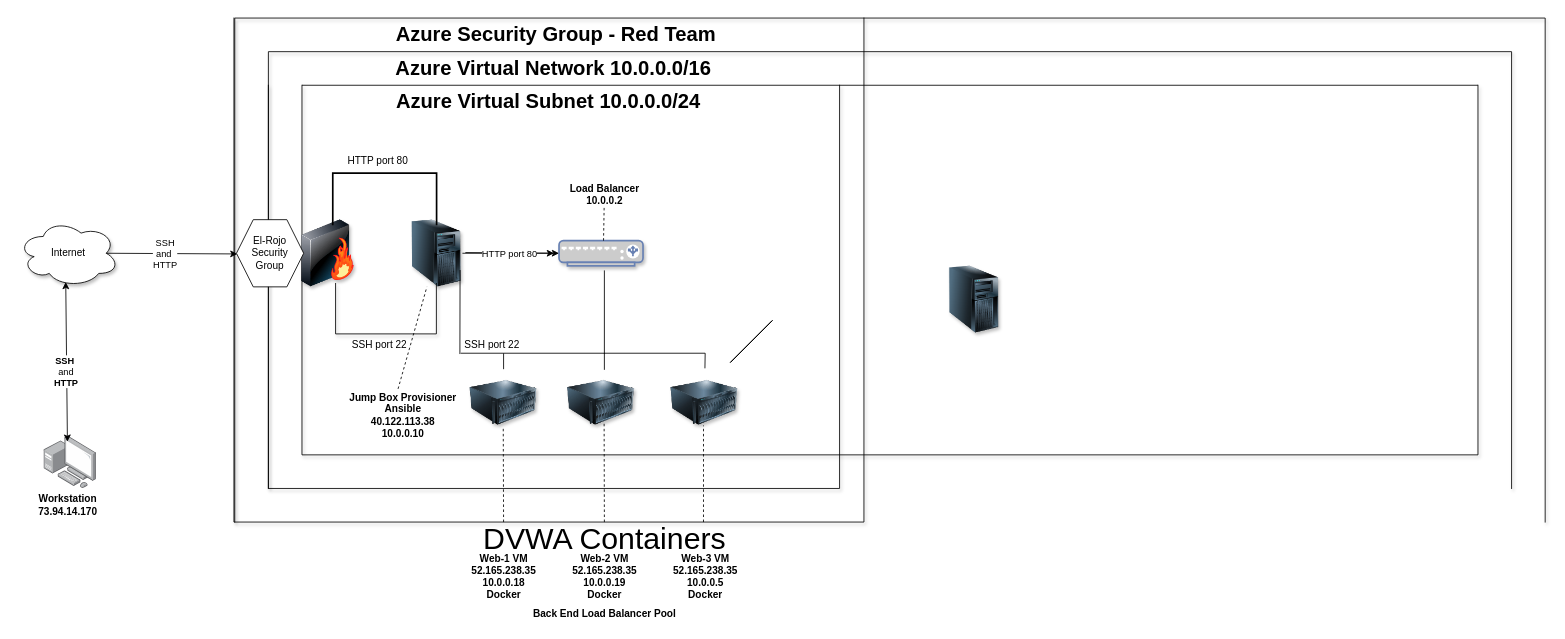
The draw.io diagram Diagram/David Fassler Unit 13 Virtural Network + ELK.drawio in djfassler/UMN-Cybersecurity-Bootcamp, before the edit. Source tidied: cells renumbered, new cells numbered last; positions are measured from the earlier drawing's top-left corner, leaving out a move shared by most shapes. Both pictures are drawn from the tidied source at 84%, with x=0, y=0 at pixel (18, 18).
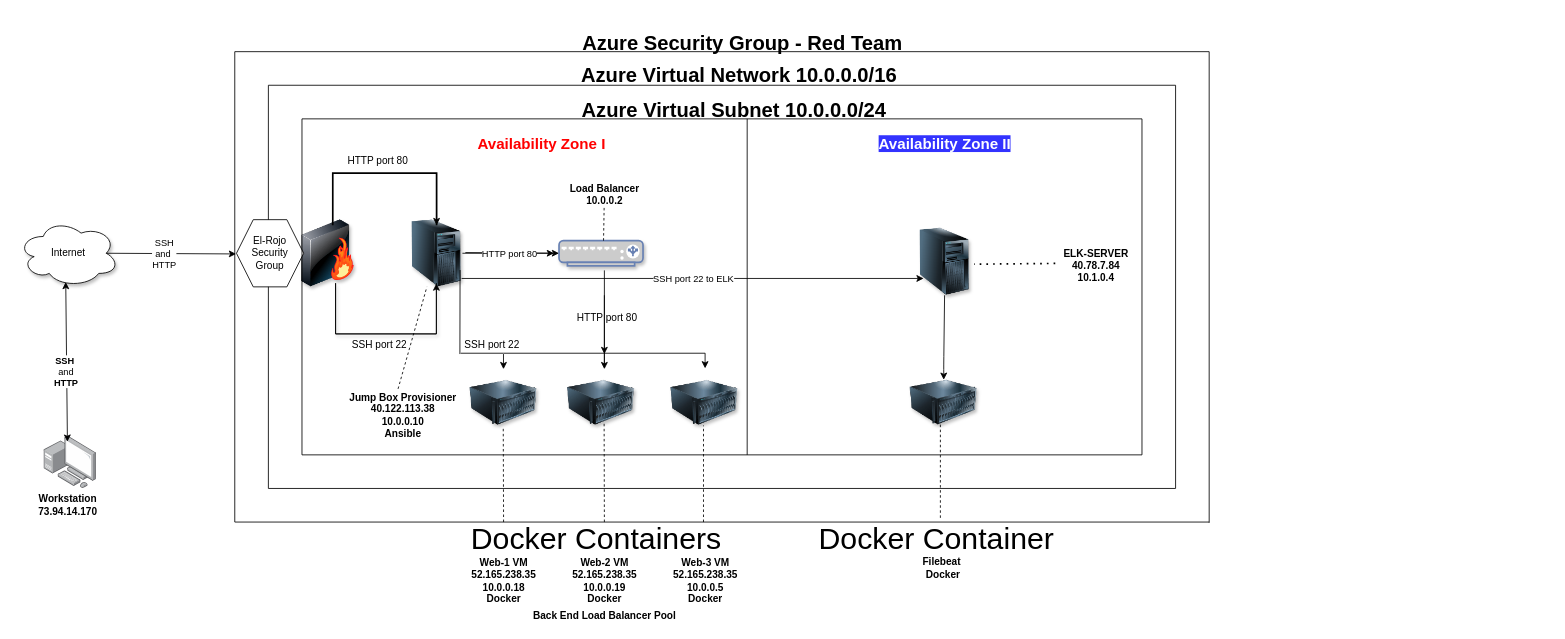
The same diagram, later.

The change refers to these unchanged cells:
```xml
<mxCell id="3" value="Internet" style="ellipse;shape=cloud;whiteSpace=wrap;html=1;shadow=1;" parent="1" vertex="1">
  <mxGeometry y="240" width="120" height="80" as="geometry" />
</mxCell>
<mxCell id="14" style="image;html=1;image=img/lib/clip_art/computers/Server_128x128.png;shadow=1;" parent="1" vertex="1">
  <mxGeometry x="538" y="418" width="80" height="80" as="geometry" />
</mxCell>
<mxCell id="26" style="line;strokeWidth=2;direction=south;html=1;shadow=1;" parent="1" vertex="1">
  <mxGeometry x="698" y="270" height="160" as="geometry" />
</mxCell>
<mxCell id="41" style="shape=partialRectangle;whiteSpace=wrap;html=1;bottom=1;right=1;left=1;top=0;fillColor=none;routingCenterX=-0.5;shadow=1;" parent="1" vertex="1">
  <mxGeometry x="378" y="316" width="120" height="60" as="geometry" />
</mxCell>
<mxCell id="46" style="strokeWidth=2;html=1;shape=mxgraph.flowchart.annotation_1;align=left;rotation=90;" parent="1" vertex="1">
  <mxGeometry x="405.5" y="153.8" width="61.9" height="123.6" as="geometry" />
</mxCell>
```

Change to the diagram source:
```diff
@@
-    <mxCell id="4" style="shape=partialRectangle;whiteSpace=wrap;html=1;bottom=1;right=1;left=1;top=0;fillColor=none;routingCenterX=-0.5;shadow=1;" parent="1" vertex="1">
-      <mxGeometry x="257" width="750" height="600" as="geometry" />
-    </mxCell>
-    <mxCell id="5" style="shape=partialRectangle;whiteSpace=wrap;html=1;bottom=1;right=1;left=1;top=0;fillColor=none;routingCenterX=-0.5;shadow=1;rotation=-180;" parent="1" vertex="1">
-      <mxGeometry x="258" width="1560" height="600" as="geometry" />
-    </mxCell>
-    <mxCell id="6" style="shape=partialRectangle;whiteSpace=wrap;html=1;bottom=1;right=1;left=1;top=0;fillColor=none;routingCenterX=-0.5;shadow=1;" parent="1" vertex="1">
-      <mxGeometry x="298" y="80" width="680" height="480" as="geometry" />
-    </mxCell>
-    <mxCell id="7" style="shape=partialRectangle;whiteSpace=wrap;html=1;bottom=1;right=1;left=1;top=0;fillColor=none;routingCenterX=-0.5;shadow=1;rotation=-180;" parent="1" vertex="1">
-      <mxGeometry x="298" y="40" width="1480" height="520" as="geometry" />
-    </mxCell>
-    <mxCell id="8" style="shape=partialRectangle;whiteSpace=wrap;html=1;bottom=1;right=1;left=1;top=0;fillColor=none;routingCenterX=-0.5;shadow=1;" parent="1" vertex="1">
-      <mxGeometry x="338" y="80" width="1400" height="440" as="geometry" />
-    </mxCell>
     <mxCell id="9" value="&lt;b&gt;&lt;font style=&quot;font-size: 24px&quot;&gt;Azure Security Group - Red Team&lt;/font&gt;&lt;/b&gt;" style="text;html=1;align=center;verticalAlign=middle;" parent="1" vertex="1">
-      <mxGeometry x="440" y="10" width="400" height="20" as="geometry" />
+      <mxGeometry x="662" y="20" width="400" height="20" as="geometry" />
     </mxCell>
     <mxCell id="10" value="&lt;b&gt;&lt;font style=&quot;font-size: 24px&quot;&gt;Azure Virtual Network 10.0.0.0/16&lt;/font&gt;&lt;/b&gt;" style="text;html=1;align=center;verticalAlign=middle;" parent="1" vertex="1">
-      <mxGeometry x="442" y="50" width="390" height="20" as="geometry" />
+      <mxGeometry x="663" y="59" width="390" height="20" as="geometry" />
     </mxCell>
     <mxCell id="11" value="&lt;b&gt;&lt;font style=&quot;font-size: 24px&quot;&gt;Azure Virtual Subnet 10.0.0.0/24&lt;/font&gt;&lt;/b&gt;" style="text;html=1;align=center;verticalAlign=middle;" parent="1" vertex="1">
-      <mxGeometry x="441" y="90" width="380" height="20" as="geometry" />
+      <mxGeometry x="662" y="100" width="380" height="20" as="geometry" />
     </mxCell>
@@
-    <mxCell id="23" style="endArrow=none;html=1;" parent="1" edge="1" source="14">
-      <mxGeometry relative="1" as="geometry">
-        <mxPoint x="578" y="399" as="targetPoint" />
-      </mxGeometry>
-    </mxCell>
-    <mxCell id="24" style="endArrow=none;html=1;entryX=0.55;entryY=0.022;entryDx=0;entryDy=0;entryPerimeter=0;" parent="1" edge="1">
+    <mxCell id="24" style="endArrow=none;html=1;entryX=0.897;entryY=0;entryDx=0;entryDy=0;entryPerimeter=0;" parent="1" edge="1" target="26">
       <mxGeometry relative="1" as="geometry">
         <mxPoint x="698" y="399" as="sourcePoint" />
-        <mxPoint x="698" y="418.8" as="targetPoint" />
       </mxGeometry>
     </mxCell>
-    <mxCell id="25" style="endArrow=none;html=1;" parent="1" edge="1">
-      <mxGeometry relative="1" as="geometry">
-        <mxPoint x="818" y="399" as="sourcePoint" />
-        <mxPoint x="817.7" y="417" as="targetPoint" />
-      </mxGeometry>
-    </mxCell>
@@
     <mxCell id="28" value="&lt;b&gt;Web-1 VM&lt;br&gt;52.165.238.35&lt;br&gt;10.0.0.18&lt;br&gt;Docker&lt;br&gt;&lt;/b&gt;" style="text;html=1;align=center;verticalAlign=middle;" parent="1" vertex="1">
-      <mxGeometry x="533" y="635" width="90" height="60" as="geometry" />
+      <mxGeometry x="533" y="640" width="90" height="60" as="geometry" />
     </mxCell>
     <mxCell id="29" value="&lt;b&gt;Web-2 VM&lt;br&gt;52.165.238.35&lt;br&gt;10.0.0.19&lt;br&gt;Docker&lt;br&gt;&lt;/b&gt;" style="text;html=1;align=center;verticalAlign=middle;" parent="1" vertex="1">
-      <mxGeometry x="653" y="635" width="90" height="60" as="geometry" />
+      <mxGeometry x="653" y="640" width="90" height="60" as="geometry" />
     </mxCell>
-    <mxCell id="30" value="&lt;b&gt;Jump Box Provisioner&lt;br&gt;Ansible&lt;br&gt;40.122.113.38&lt;br&gt;10.0.0.10&lt;/b&gt;" style="text;html=1;align=center;verticalAlign=middle;points=[];" parent="1" vertex="1">
+    <mxCell id="30" value="&lt;b&gt;Jump Box Provisioner&lt;br&gt;40.122.113.38&lt;br&gt;10.0.0.10&lt;br&gt;Ansible&lt;br&gt;&lt;/b&gt;" style="text;html=1;align=center;verticalAlign=middle;points=[];" parent="1" vertex="1">
       <mxGeometry x="388.4" y="442.6" width="140" height="60" as="geometry" />
     </mxCell>
     <mxCell id="31" value="&lt;b&gt;Web-3 VM&lt;br&gt;52.165.238.35&lt;br&gt;10.0.0.5&lt;br&gt;Docker&lt;br&gt;&lt;/b&gt;" style="text;html=1;align=center;verticalAlign=middle;" parent="1" vertex="1">
-      <mxGeometry x="773" y="635" width="90" height="60" as="geometry" />
+      <mxGeometry x="773" y="640" width="90" height="60" as="geometry" />
     </mxCell>
-    <mxCell id="32" value="&lt;font style=&quot;font-size: 36px&quot;&gt;DVWA Containers&lt;/font&gt;" style="text;html=1;align=center;verticalAlign=middle;" parent="1" vertex="1">
-      <mxGeometry x="548" y="605" width="300" height="30" as="geometry" />
+    <mxCell id="32" value="&lt;font style=&quot;font-size: 36px&quot;&gt;Docker Containers&lt;/font&gt;" style="text;html=1;align=center;verticalAlign=middle;" parent="1" vertex="1">
+      <mxGeometry x="533" y="605" width="310" height="30" as="geometry" />
     </mxCell>
@@
     <mxCell id="40" value="&lt;b&gt;Back End Load Balancer Pool&lt;/b&gt;" style="text;html=1;align=center;verticalAlign=middle;" parent="1" vertex="1">
-      <mxGeometry x="603" y="700" width="190" height="20" as="geometry" />
+      <mxGeometry x="603" y="702" width="190" height="20" as="geometry" />
     </mxCell>
@@
-    <mxCell id="50" style="endArrow=classic;html=1;exitX=0.875;exitY=0.5;exitDx=0;exitDy=0;exitPerimeter=0;entryX=0.998;entryY=0.532;entryDx=0;entryDy=0;entryPerimeter=0;" parent="1" edge="1" source="3" target="5">
-      <mxGeometry relative="1" as="geometry" />
+    <mxCell id="50" style="endArrow=classic;html=1;exitX=0.875;exitY=0.5;exitDx=0;exitDy=0;exitPerimeter=0;entryX=0.998;entryY=0.532;entryDx=0;entryDy=0;entryPerimeter=0;" parent="1" edge="1" source="3">
+      <mxGeometry relative="1" as="geometry">
+        <mxPoint x="259.5" y="280.8" as="targetPoint" />
+      </mxGeometry>
     </mxCell>
@@
+    <mxCell id="58" style="endArrow=none;html=1;" parent="1" edge="1">
+      <mxGeometry relative="1" as="geometry">
+        <mxPoint x="258" y="40" as="sourcePoint" />
+        <mxPoint x="1418" y="40" as="targetPoint" />
+      </mxGeometry>
+    </mxCell>
+    <mxCell id="59" style="endArrow=none;html=1;" parent="1" edge="1">
+      <mxGeometry relative="1" as="geometry">
+        <mxPoint x="258" y="600" as="sourcePoint" />
+        <mxPoint x="258" y="40" as="targetPoint" />
+      </mxGeometry>
+    </mxCell>
+    <mxCell id="60" style="endArrow=none;html=1;" parent="1" edge="1">
+      <mxGeometry relative="1" as="geometry">
+        <mxPoint x="298" y="80" as="sourcePoint" />
+        <mxPoint x="1378" y="80" as="targetPoint" />
+      </mxGeometry>
+    </mxCell>
+    <mxCell id="61" style="endArrow=none;html=1;" parent="1" edge="1">
+      <mxGeometry relative="1" as="geometry">
+        <mxPoint x="298" y="560" as="sourcePoint" />
+        <mxPoint x="298" y="80" as="targetPoint" />
+      </mxGeometry>
+    </mxCell>
@@
-    <mxCell id="53" style="endArrow=none;html=1;fontSize=12;exitX=0;exitY=0;exitDx=0;exitDy=0;entryX=1;entryY=0;entryDx=0;entryDy=0;" parent="1" edge="1" source="8" target="8">
-      <mxGeometry relative="1" as="geometry" />
-    </mxCell>
-    <mxCell id="54" style="image;html=1;image=img/lib/clip_art/computers/Server_Tower_128x128.png;shadow=1;" parent="1" vertex="1">
-      <mxGeometry x="1098" y="295" width="80" height="80" as="geometry" />
-    </mxCell>
-    <mxCell id="55" style="endArrow=none;html=1;" parent="1" edge="1">
-      <mxGeometry relative="1" as="geometry">
-        <mxPoint x="848" y="410" as="sourcePoint" />
-        <mxPoint x="898" y="360" as="targetPoint" />
-      </mxGeometry>
-    </mxCell>
-    <mxCell id="56" style="endArrow=none;html=1;" parent="1" edge="1">
-      <mxGeometry relative="1" as="geometry">
-        <mxPoint x="848" y="410" as="sourcePoint" />
-        <mxPoint x="898" y="360" as="targetPoint" />
-      </mxGeometry>
-    </mxCell>
-    <mxCell id="57" style="endArrow=none;html=1;" parent="1" edge="1">
-      <mxGeometry relative="1" as="geometry">
-        <mxPoint x="848" y="410" as="sourcePoint" />
-        <mxPoint x="898" y="360" as="targetPoint" />
-      </mxGeometry>
-    </mxCell>
+    <mxCell id="62" style="endArrow=none;html=1;" parent="1" edge="1">
+      <mxGeometry relative="1" as="geometry">
+        <mxPoint x="298" y="560" as="sourcePoint" />
+        <mxPoint x="1378" y="560" as="targetPoint" />
+      </mxGeometry>
+    </mxCell>
+    <mxCell id="63" style="endArrow=none;html=1;" parent="1" edge="1">
+      <mxGeometry relative="1" as="geometry">
+        <mxPoint x="338" y="120" as="sourcePoint" />
+        <mxPoint x="1338" y="120" as="targetPoint" />
+      </mxGeometry>
+    </mxCell>
+    <mxCell id="64" style="endArrow=none;html=1;" parent="1" edge="1">
+      <mxGeometry relative="1" as="geometry">
+        <mxPoint x="338" y="520" as="sourcePoint" />
+        <mxPoint x="338" y="120" as="targetPoint" />
+      </mxGeometry>
+    </mxCell>
+    <mxCell id="65" style="endArrow=none;html=1;" parent="1" edge="1">
+      <mxGeometry relative="1" as="geometry">
+        <mxPoint x="258" y="600" as="sourcePoint" />
+        <mxPoint x="1418" y="600" as="targetPoint" />
+      </mxGeometry>
+    </mxCell>
+    <mxCell id="66" style="endArrow=none;html=1;" parent="1" edge="1">
+      <mxGeometry relative="1" as="geometry">
+        <mxPoint x="338" y="520" as="sourcePoint" />
+        <mxPoint x="1338" y="520" as="targetPoint" />
+      </mxGeometry>
+    </mxCell>
+    <mxCell id="67" value="&lt;b&gt;&lt;font style=&quot;font-size: 18px&quot; color=&quot;#ff0000&quot;&gt;Availability Zone I&lt;/font&gt;&lt;/b&gt;" style="text;html=1;align=center;verticalAlign=middle;" parent="1" vertex="1">
+      <mxGeometry x="538" y="140" width="170" height="20" as="geometry" />
+    </mxCell>
+    <mxCell id="68" style="endArrow=none;html=1;" parent="1" edge="1">
+      <mxGeometry relative="1" as="geometry">
+        <mxPoint x="868" y="520" as="sourcePoint" />
+        <mxPoint x="868" y="120" as="targetPoint" />
+      </mxGeometry>
+    </mxCell>
+    <mxCell id="69" value="&lt;b&gt;&lt;font style=&quot;font-size: 18px ; background-color: rgb(51 , 51 , 255)&quot; color=&quot;#ffffff&quot;&gt;Availability Zone II&lt;/font&gt;&lt;/b&gt;" style="text;html=1;align=center;verticalAlign=middle;" parent="1" vertex="1">
+      <mxGeometry x="1018" y="140" width="170" height="20" as="geometry" />
+    </mxCell>
+    <mxCell id="70" style="image;html=1;image=img/lib/clip_art/computers/Server_Tower_128x128.png;shadow=1;" parent="1" vertex="1">
+      <mxGeometry x="1063" y="250" width="80" height="80" as="geometry" />
+    </mxCell>
+    <mxCell id="71" value="&lt;b&gt;ELK-SERVER&lt;br&gt;40.78.7.84&lt;br&gt;10.1.0.4&lt;/b&gt;" style="text;html=1;align=center;verticalAlign=middle;points=[];" parent="1" vertex="1">
+      <mxGeometry x="1238" y="270" width="90" height="50" as="geometry" />
+    </mxCell>
+    <mxCell id="72" style="endArrow=none;dashed=1;html=1;dashPattern=1 3;strokeWidth=2;exitX=-0.036;exitY=0.442;exitDx=0;exitDy=0;exitPerimeter=0;" parent="1" edge="1" source="71">
+      <mxGeometry relative="1" as="geometry">
+        <mxPoint x="1138" y="293" as="targetPoint" />
+      </mxGeometry>
+    </mxCell>
+    <mxCell id="73" style="endArrow=classic;html=1;entryX=0.188;entryY=0.75;entryDx=0;entryDy=0;entryPerimeter=0;" parent="1" edge="1" target="70">
+      <mxGeometry relative="1" as="geometry">
+        <mxPoint x="528" y="310" as="sourcePoint" />
+        <Array as="points">
+          <mxPoint x="788" y="310" />
+        </Array>
+      </mxGeometry>
+    </mxCell>
+    <mxCell id="74" value="SSH port 22 to ELK" style="edgeLabel;html=1;align=center;verticalAlign=middle;" parent="73" vertex="1">
+      <mxGeometry relative="1" as="geometry" />
+    </mxCell>
+    <mxCell id="75" style="endArrow=none;html=1;" parent="1" edge="1">
+      <mxGeometry relative="1" as="geometry">
+        <mxPoint x="1338" y="520" as="sourcePoint" />
+        <mxPoint x="1338" y="120" as="targetPoint" />
+      </mxGeometry>
+    </mxCell>
+    <mxCell id="76" style="endArrow=none;html=1;" parent="1" edge="1">
+      <mxGeometry relative="1" as="geometry">
+        <mxPoint x="1378" y="560" as="sourcePoint" />
+        <mxPoint x="1378" y="80" as="targetPoint" />
+      </mxGeometry>
+    </mxCell>
+    <mxCell id="77" style="endArrow=none;html=1;" parent="1" edge="1">
+      <mxGeometry relative="1" as="geometry">
+        <mxPoint x="1418" y="600.9" as="sourcePoint" />
+        <mxPoint x="1418" y="40" as="targetPoint" />
+      </mxGeometry>
+    </mxCell>
+    <mxCell id="78" value="HTTP port 80" style="text;html=1;align=center;verticalAlign=middle;" parent="1" vertex="1">
+      <mxGeometry x="656" y="347" width="90" height="20" as="geometry" />
+    </mxCell>
+    <mxCell id="79" style="endArrow=classic;html=1;" parent="1" edge="1">
+      <mxGeometry relative="1" as="geometry">
+        <mxPoint x="698" y="330" as="sourcePoint" />
+        <mxPoint x="698" y="400" as="targetPoint" />
+      </mxGeometry>
+    </mxCell>
+    <mxCell id="80" style="endArrow=classic;html=1;exitX=1;exitY=1;exitDx=0;exitDy=0;entryX=1;entryY=0;entryDx=0;entryDy=0;" parent="1" edge="1" source="41" target="41">
+      <mxGeometry relative="1" as="geometry" />
+    </mxCell>
+    <mxCell id="81" style="endArrow=classic;html=1;" parent="1" edge="1">
+      <mxGeometry relative="1" as="geometry">
+        <mxPoint x="698" y="400" as="sourcePoint" />
+        <mxPoint x="698" y="418" as="targetPoint" />
+      </mxGeometry>
+    </mxCell>
+    <mxCell id="82" style="endArrow=classic;html=1;" parent="1" edge="1">
+      <mxGeometry relative="1" as="geometry">
+        <mxPoint x="577.9" y="400" as="sourcePoint" />
+        <mxPoint x="577.9" y="418" as="targetPoint" />
+      </mxGeometry>
+    </mxCell>
+    <mxCell id="83" style="endArrow=classic;html=1;" parent="1" edge="1">
+      <mxGeometry relative="1" as="geometry">
+        <mxPoint x="817.9" y="399" as="sourcePoint" />
+        <mxPoint x="817.9" y="417" as="targetPoint" />
+      </mxGeometry>
+    </mxCell>
+    <mxCell id="84" style="endArrow=classic;html=1;entryX=1;entryY=0;entryDx=0;entryDy=0;entryPerimeter=0;exitX=0;exitY=0;exitDx=0;exitDy=0;exitPerimeter=0;" parent="1" edge="1" source="46" target="46">
+      <mxGeometry relative="1" as="geometry" />
+    </mxCell>
+    <mxCell id="85" style="endArrow=none;html=1;exitX=0;exitY=0;exitDx=0;exitDy=0;entryX=0;entryY=1;entryDx=0;entryDy=0;" parent="1" edge="1" source="41" target="41">
+      <mxGeometry relative="1" as="geometry" />
+    </mxCell>
+    <mxCell id="86" style="endArrow=none;html=1;exitX=0;exitY=1;exitDx=0;exitDy=0;entryX=1;entryY=1;entryDx=0;entryDy=0;" parent="1" edge="1" source="41" target="41">
+      <mxGeometry relative="1" as="geometry" />
+    </mxCell>
+    <mxCell id="87" style="image;html=1;image=img/lib/clip_art/computers/Server_128x128.png;shadow=1;" parent="1" vertex="1">
+      <mxGeometry x="1062" y="417.6" width="80" height="80" as="geometry" />
+    </mxCell>
+    <mxCell id="88" style="endArrow=classic;html=1;exitX=0.5;exitY=1;exitDx=0;exitDy=0;" parent="1" edge="1" source="70">
+      <mxGeometry relative="1" as="geometry">
+        <mxPoint x="1102" y="430.6" as="targetPoint" />
+        <Array as="points">
+          <mxPoint x="1102" y="413" />
+        </Array>
+      </mxGeometry>
+    </mxCell>
+    <mxCell id="89" value="&lt;b&gt;Filebeat&amp;nbsp;&lt;br&gt;Docker&lt;/b&gt;" style="text;html=1;align=center;verticalAlign=middle;" parent="1" vertex="1">
+      <mxGeometry x="1071" y="640" width="60" height="30" as="geometry" />
+    </mxCell>
+    <mxCell id="90" value="&lt;font style=&quot;font-size: 36px&quot;&gt;Docker Container&lt;/font&gt;" style="text;html=1;align=center;verticalAlign=middle;" parent="1" vertex="1">
+      <mxGeometry x="943" y="605" width="300" height="30" as="geometry" />
+    </mxCell>
+    <mxCell id="91" style="endArrow=none;dashed=1;html=1;exitX=0.53;exitY=0.167;exitDx=0;exitDy=0;exitPerimeter=0;" parent="1" edge="1">
+      <mxGeometry relative="1" as="geometry">
+        <mxPoint x="1098" y="595" as="sourcePoint" />
+        <mxPoint x="1098" y="482.6" as="targetPoint" />
+      </mxGeometry>
+    </mxCell>
```
